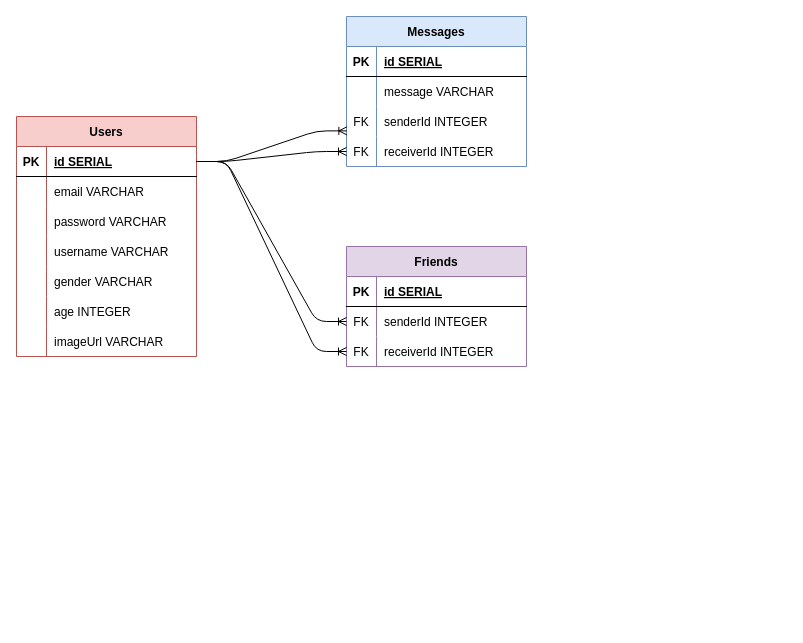
Earlier version of the draw.io diagram erd.drawio (LoffeeApps/loffee-server). Source tidied: cells renumbered, new cells numbered last; positions are measured from the earlier drawing's top-left corner, leaving out a move shared by most shapes. Both pictures are drawn from the tidied source at 100%, with x=0, y=0 at pixel (16, 16).
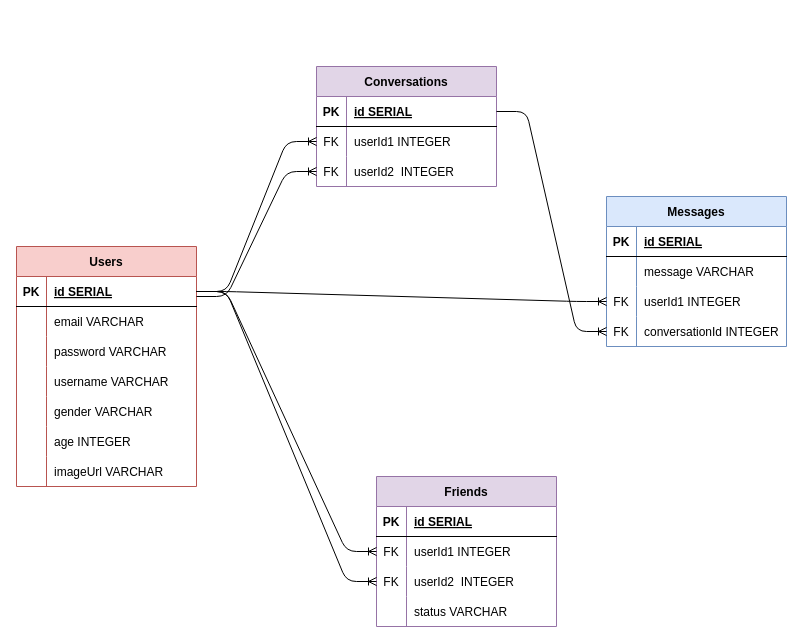
Above is the later version.

Unchanged cells that the change refers to:
```xml
<mxCell id="3" style="shape=tableRow;horizontal=0;startSize=0;swimlaneHead=0;swimlaneBody=0;fillColor=none;points=[[0,0.5],[1,0.5]];portConstraint=eastwest;top=0;left=0;right=0;bottom=1;" parent="2" vertex="1">
  <mxGeometry y="30" width="180" height="30" as="geometry" />
</mxCell>
<mxCell id="28" style="shape=tableRow;horizontal=0;startSize=0;swimlaneHead=0;swimlaneBody=0;fillColor=none;points=[[0,0.5],[1,0.5]];portConstraint=eastwest;top=0;left=0;right=0;bottom=0;" parent="24" vertex="1">
  <mxGeometry y="60" width="180" height="30" as="geometry" />
</mxCell>
<mxCell id="31" style="shape=tableRow;horizontal=0;startSize=0;swimlaneHead=0;swimlaneBody=0;fillColor=none;points=[[0,0.5],[1,0.5]];portConstraint=eastwest;top=0;left=0;right=0;bottom=0;" parent="24" vertex="1">
  <mxGeometry y="90" width="180" height="30" as="geometry" />
</mxCell>
<mxCell id="42" style="shape=tableRow;horizontal=0;startSize=0;swimlaneHead=0;swimlaneBody=0;fillColor=none;points=[[0,0.5],[1,0.5]];portConstraint=eastwest;top=0;left=0;right=0;bottom=0;" parent="35" vertex="1">
  <mxGeometry y="90" width="180" height="30" as="geometry" />
</mxCell>
```

What changed in the source:
```diff
@@
-<mxGraphModel>
+<mxGraphModel background="#ffffff">
@@
     <mxCell id="2" value="Users" style="shape=table;startSize=30;childLayout=tableLayout;rowLines=0;fontStyle=1;align=center;fillColor=#f8cecc;strokeColor=#b85450;" parent="1" vertex="1">
-      <mxGeometry y="100" width="180" height="240" as="geometry" />
+      <mxGeometry y="230" width="180" height="240" as="geometry" />
     </mxCell>
@@
     <mxCell id="24" value="Friends" style="shape=table;startSize=30;childLayout=tableLayout;rowLines=0;fontStyle=1;align=center;fillColor=#e1d5e7;strokeColor=#9673a6;" parent="1" vertex="1">
-      <mxGeometry x="330" y="230" width="180" height="120" as="geometry" />
+      <mxGeometry x="360" y="460" width="180" height="150" as="geometry" />
     </mxCell>
@@
-    <mxCell id="30" value="senderId INTEGER" style="shape=partialRectangle;fillColor=none;top=0;left=0;bottom=0;right=0;align=left;spacingLeft=6;overflow=hidden;" parent="28" vertex="1">
+    <mxCell id="30" value="userId1 INTEGER" style="shape=partialRectangle;fillColor=none;top=0;left=0;bottom=0;right=0;align=left;spacingLeft=6;overflow=hidden;" parent="28" vertex="1">
       <mxGeometry x="30" width="150" height="30" as="geometry" />
     </mxCell>
@@
-    <mxCell id="33" value="receiverId INTEGER" style="shape=partialRectangle;fillColor=none;top=0;left=0;bottom=0;right=0;align=left;spacingLeft=6;overflow=hidden;" parent="31" vertex="1">
+    <mxCell id="33" value="userId2  INTEGER" style="shape=partialRectangle;fillColor=none;top=0;left=0;bottom=0;right=0;align=left;spacingLeft=6;overflow=hidden;" parent="31" vertex="1">
       <mxGeometry x="30" width="150" height="30" as="geometry" />
     </mxCell>
+    <mxCell id="51" style="shape=tableRow;horizontal=0;startSize=0;swimlaneHead=0;swimlaneBody=0;fillColor=none;top=0;left=0;right=0;bottom=0;" parent="24" vertex="1">
+      <mxGeometry y="120" width="180" height="30" as="geometry" />
+    </mxCell>
+    <mxCell id="52" style="shape=partialRectangle;fillColor=none;top=0;left=0;bottom=0;right=0;overflow=hidden;" parent="51" vertex="1">
+      <mxGeometry width="30" height="30" as="geometry" />
+    </mxCell>
+    <mxCell id="53" value="status VARCHAR" style="shape=partialRectangle;fillColor=none;top=0;left=0;bottom=0;right=0;align=left;spacingLeft=6;overflow=hidden;" parent="51" vertex="1">
+      <mxGeometry x="30" width="150" height="30" as="geometry" />
+    </mxCell>
@@
     <mxCell id="35" value="Messages" style="shape=table;startSize=30;childLayout=tableLayout;rowLines=0;fontStyle=1;align=center;fillColor=#dae8fc;strokeColor=#6c8ebf;" parent="1" vertex="1">
-      <mxGeometry x="330" width="180" height="150" as="geometry" />
+      <mxGeometry x="590" y="180" width="180" height="150" as="geometry" />
     </mxCell>
@@
-    <mxCell id="44" value="senderId INTEGER" style="shape=partialRectangle;fillColor=none;top=0;left=0;bottom=0;right=0;align=left;spacingLeft=6;overflow=hidden;" parent="42" vertex="1">
+    <mxCell id="44" value="userId1 INTEGER" style="shape=partialRectangle;fillColor=none;top=0;left=0;bottom=0;right=0;align=left;spacingLeft=6;overflow=hidden;" parent="42" vertex="1">
       <mxGeometry x="30" width="150" height="30" as="geometry" />
     </mxCell>
-    <mxCell id="45" style="shape=tableRow;horizontal=0;startSize=0;swimlaneHead=0;swimlaneBody=0;fillColor=none;points=[[0,0.5],[1,0.5]];portConstraint=eastwest;top=0;left=0;right=0;bottom=0;" parent="35" vertex="1">
-      <mxGeometry y="120" width="180" height="30" as="geometry" />
-    </mxCell>
-    <mxCell id="46" value="FK" style="shape=partialRectangle;fillColor=none;top=0;left=0;bottom=0;right=0;overflow=hidden;" parent="45" vertex="1">
-      <mxGeometry width="30" height="30" as="geometry" />
-    </mxCell>
-    <mxCell id="47" value="receiverId INTEGER" style="shape=partialRectangle;fillColor=none;top=0;left=0;bottom=0;right=0;align=left;spacingLeft=6;overflow=hidden;" parent="45" vertex="1">
-      <mxGeometry x="30" width="150" height="30" as="geometry" />
-    </mxCell>
+    <mxCell id="54" style="shape=tableRow;horizontal=0;startSize=0;swimlaneHead=0;swimlaneBody=0;fillColor=none;points=[[0,0.5],[1,0.5]];portConstraint=eastwest;top=0;left=0;right=0;bottom=0;" parent="35" vertex="1">
+      <mxGeometry y="120" width="180" height="30" as="geometry" />
+    </mxCell>
+    <mxCell id="55" value="FK" style="shape=partialRectangle;fillColor=none;top=0;left=0;bottom=0;right=0;overflow=hidden;" parent="54" vertex="1">
+      <mxGeometry width="30" height="30" as="geometry" />
+    </mxCell>
+    <mxCell id="56" value="conversationId INTEGER" style="shape=partialRectangle;fillColor=none;top=0;left=0;bottom=0;right=0;align=left;spacingLeft=6;overflow=hidden;" parent="54" vertex="1">
+      <mxGeometry x="30" width="150" height="30" as="geometry" />
+    </mxCell>
@@
-    <mxCell id="49" style="edgeStyle=entityRelationEdgeStyle;fontSize=12;html=1;endArrow=ERoneToMany;exitX=1;exitY=0.5;exitDx=0;exitDy=0;entryX=0;entryY=0.5;entryDx=0;entryDy=0;" parent="1" edge="1" source="3" target="45">
-      <mxGeometry relative="1" as="geometry" />
-    </mxCell>
-    <mxCell id="50" style="edgeStyle=entityRelationEdgeStyle;fontSize=12;html=1;endArrow=ERoneToMany;exitX=1;exitY=0.5;exitDx=0;exitDy=0;entryX=0.002;entryY=0.813;entryDx=0;entryDy=0;entryPerimeter=0;" parent="1" edge="1" source="3" target="42">
+    <mxCell id="50" style="edgeStyle=entityRelationEdgeStyle;fontSize=12;html=1;endArrow=ERoneToMany;exitX=1;exitY=0.5;exitDx=0;exitDy=0;entryX=0;entryY=0.5;entryDx=0;entryDy=0;" parent="1" edge="1" source="3" target="42">
       <mxGeometry relative="1" as="geometry" />
     </mxCell>
+    <mxCell id="57" value="Conversations" style="shape=table;startSize=30;childLayout=tableLayout;rowLines=0;fontStyle=1;align=center;fillColor=#e1d5e7;strokeColor=#9673a6;" parent="1" vertex="1">
+      <mxGeometry x="300" y="50" width="180" height="120" as="geometry" />
+    </mxCell>
+    <mxCell id="58" style="shape=tableRow;horizontal=0;startSize=0;swimlaneHead=0;swimlaneBody=0;fillColor=none;points=[[0,0.5],[1,0.5]];portConstraint=eastwest;top=0;left=0;right=0;bottom=1;" parent="57" vertex="1">
+      <mxGeometry y="30" width="180" height="30" as="geometry" />
+    </mxCell>
+    <mxCell id="59" value="PK" style="shape=partialRectangle;fillColor=none;top=0;left=0;bottom=0;right=0;fontStyle=1;overflow=hidden;" parent="58" vertex="1">
+      <mxGeometry width="30" height="30" as="geometry" />
+    </mxCell>
+    <mxCell id="60" value="id SERIAL" style="shape=partialRectangle;fillColor=none;top=0;left=0;bottom=0;right=0;align=left;spacingLeft=6;fontStyle=5;overflow=hidden;" parent="58" vertex="1">
+      <mxGeometry x="30" width="150" height="30" as="geometry" />
+    </mxCell>
+    <mxCell id="61" style="shape=tableRow;horizontal=0;startSize=0;swimlaneHead=0;swimlaneBody=0;fillColor=none;points=[[0,0.5],[1,0.5]];portConstraint=eastwest;top=0;left=0;right=0;bottom=0;" parent="57" vertex="1">
+      <mxGeometry y="60" width="180" height="30" as="geometry" />
+    </mxCell>
+    <mxCell id="62" value="FK" style="shape=partialRectangle;fillColor=none;top=0;left=0;bottom=0;right=0;overflow=hidden;" parent="61" vertex="1">
+      <mxGeometry width="30" height="30" as="geometry" />
+    </mxCell>
+    <mxCell id="63" value="userId1 INTEGER" style="shape=partialRectangle;fillColor=none;top=0;left=0;bottom=0;right=0;align=left;spacingLeft=6;overflow=hidden;" parent="61" vertex="1">
+      <mxGeometry x="30" width="150" height="30" as="geometry" />
+    </mxCell>
+    <mxCell id="64" style="shape=tableRow;horizontal=0;startSize=0;swimlaneHead=0;swimlaneBody=0;fillColor=none;points=[[0,0.5],[1,0.5]];portConstraint=eastwest;top=0;left=0;right=0;bottom=0;" parent="57" vertex="1">
+      <mxGeometry y="90" width="180" height="30" as="geometry" />
+    </mxCell>
+    <mxCell id="65" value="FK" style="shape=partialRectangle;fillColor=none;top=0;left=0;bottom=0;right=0;overflow=hidden;" parent="64" vertex="1">
+      <mxGeometry width="30" height="30" as="geometry" />
+    </mxCell>
+    <mxCell id="66" value="userId2  INTEGER" style="shape=partialRectangle;fillColor=none;top=0;left=0;bottom=0;right=0;align=left;spacingLeft=6;overflow=hidden;" parent="64" vertex="1">
+      <mxGeometry x="30" width="150" height="30" as="geometry" />
+    </mxCell>
+    <mxCell id="67" style="edgeStyle=entityRelationEdgeStyle;fontSize=12;html=1;endArrow=ERoneToMany;exitX=1;exitY=0.5;exitDx=0;exitDy=0;entryX=0;entryY=0.5;entryDx=0;entryDy=0;" parent="1" edge="1" source="3" target="61">
+      <mxGeometry relative="1" as="geometry" />
+    </mxCell>
+    <mxCell id="68" style="edgeStyle=entityRelationEdgeStyle;fontSize=12;html=1;endArrow=ERoneToMany;exitX=1;exitY=0.5;exitDx=0;exitDy=0;entryX=0;entryY=0.5;entryDx=0;entryDy=0;" parent="1" edge="1" target="64">
+      <mxGeometry relative="1" as="geometry">
+        <mxPoint x="180" y="280" as="sourcePoint" />
+      </mxGeometry>
+    </mxCell>
+    <mxCell id="69" style="edgeStyle=entityRelationEdgeStyle;fontSize=12;html=1;endArrow=ERoneToMany;exitX=1;exitY=0.5;exitDx=0;exitDy=0;entryX=0;entryY=0.5;entryDx=0;entryDy=0;" parent="1" edge="1" source="58" target="54">
+      <mxGeometry relative="1" as="geometry" />
+    </mxCell>
```
